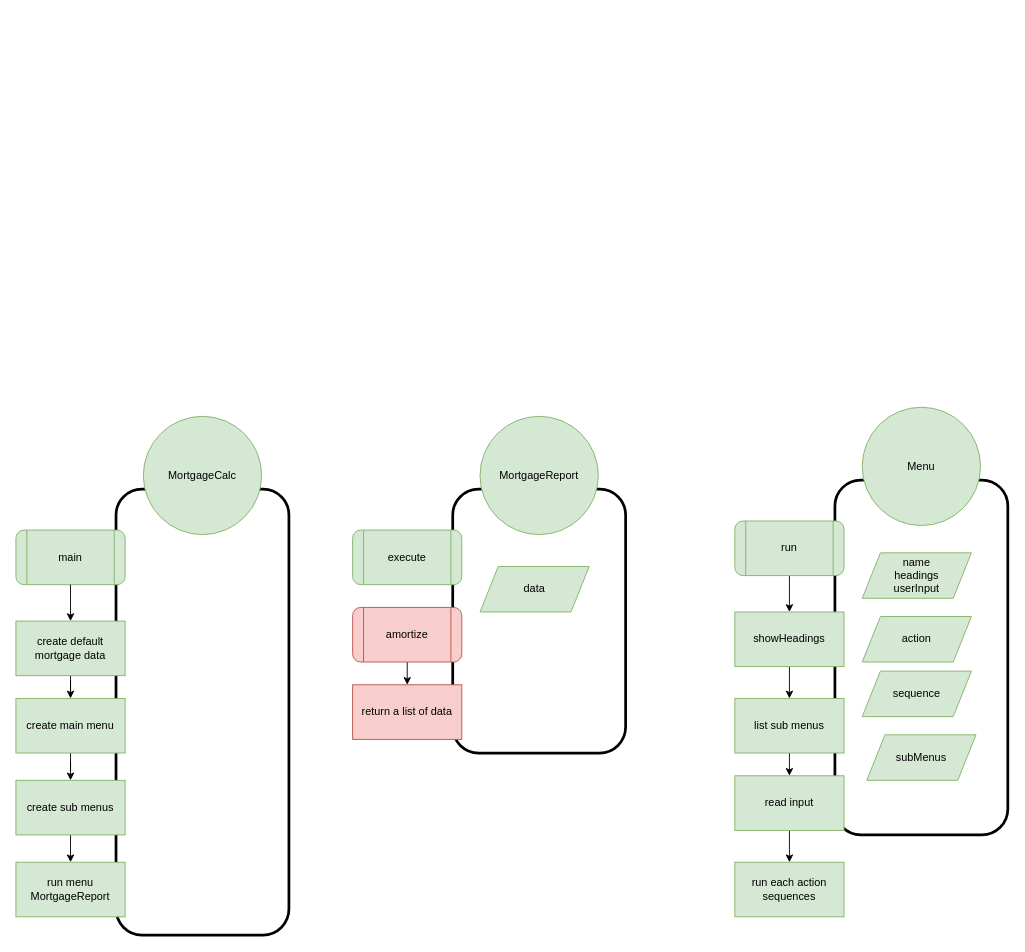
accusard/MortgageCalc keeps this draw.io diagram as DesignDocs/main_program.drawio. Above is the earlier version. Source tidied: cells renumbered, new cells numbered last; positions are measured from the earlier drawing's top-left corner, leaving out a move shared by most shapes. Both pictures are drawn from the tidied source at 91%, with x=0, y=0 at pixel (15, 407).
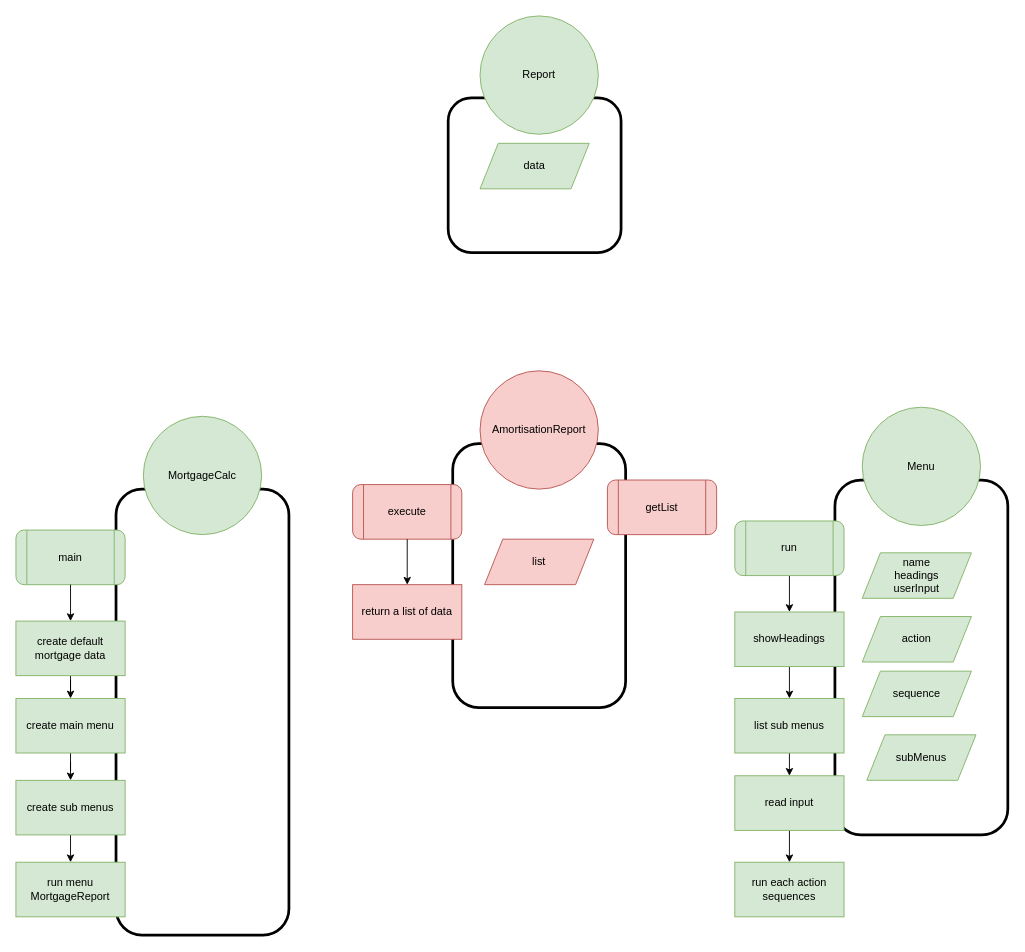
After the change.

Commit message (it also covers changes not shown here):
add base class for Report

Change to the diagram source:
```diff
@@
     <mxCell id="28" style="rounded=1;whiteSpace=wrap;html=1;fillColor=none;strokeWidth=3;fontFamily=SF Mono;" parent="1" vertex="1">
-      <mxGeometry x="480" y="90" width="190" height="290" as="geometry" />
+      <mxGeometry x="480" y="40" width="190" height="290" as="geometry" />
     </mxCell>
-    <mxCell id="29" value="MortgageReport" style="ellipse;whiteSpace=wrap;html=1;fillColor=#d5e8d4;strokeColor=#82b366;rounded=1;fontFamily=SF Mono;" parent="1" vertex="1">
-      <mxGeometry x="510" y="10" width="130" height="130" as="geometry" />
+    <mxCell id="29" value="AmortisationReport" style="ellipse;whiteSpace=wrap;html=1;fillColor=#f8cecc;strokeColor=#b85450;rounded=1;fontFamily=SF Mono;" parent="1" vertex="1">
+      <mxGeometry x="510" y="-40" width="130" height="130" as="geometry" />
     </mxCell>
-    <mxCell id="30" value="execute" style="shape=process;whiteSpace=wrap;html=1;backgroundOutline=1;fillColor=#d5e8d4;strokeColor=#82b366;rounded=1;fontFamily=SF Mono;" parent="1" vertex="1">
-      <mxGeometry x="370" y="135" width="120" height="60" as="geometry" />
+    <mxCell id="30" value="execute" style="shape=process;whiteSpace=wrap;html=1;backgroundOutline=1;fillColor=#f8cecc;strokeColor=#b85450;rounded=1;fontFamily=SF Mono;" parent="1" vertex="1">
+      <mxGeometry x="370" y="85" width="120" height="60" as="geometry" />
     </mxCell>
+    <mxCell id="32" style="edgeStyle=orthogonalEdgeStyle;rounded=0;jettySize=auto;html=1;exitX=0.5;exitY=1;exitDx=0;exitDy=0;entryX=0.5;entryY=0;entryDx=0;entryDy=0;fontFamily=SF Mono;" parent="1" edge="1" source="30" target="34">
+      <mxGeometry relative="1" as="geometry" />
+    </mxCell>
+    <mxCell id="34" value="return a list of data" style="rounded=0;whiteSpace=wrap;html=1;fillColor=#f8cecc;strokeColor=#b85450;fontFamily=SF Mono;" parent="1" vertex="1">
+      <mxGeometry x="370" y="195" width="120" height="60" as="geometry" />
+    </mxCell>
+    <mxCell id="35" style="rounded=1;whiteSpace=wrap;html=1;fillColor=none;strokeWidth=3;fontFamily=SF Mono;" parent="1" vertex="1">
+      <mxGeometry x="475" y="-340" width="190" height="170" as="geometry" />
+    </mxCell>
+    <mxCell id="36" value="Report" style="ellipse;whiteSpace=wrap;html=1;fillColor=#d5e8d4;strokeColor=#82b366;rounded=1;fontFamily=SF Mono;" parent="1" vertex="1">
+      <mxGeometry x="510" y="-430" width="130" height="130" as="geometry" />
+    </mxCell>
     <mxCell id="31" value="data" style="shape=parallelogram;perimeter=parallelogramPerimeter;whiteSpace=wrap;html=1;fixedSize=1;fillColor=#d5e8d4;strokeColor=#82b366;fontFamily=SF Mono;" parent="1" vertex="1">
-      <mxGeometry x="510" y="175" width="120" height="50" as="geometry" />
+      <mxGeometry x="510" y="-290" width="120" height="50" as="geometry" />
     </mxCell>
-    <mxCell id="32" style="edgeStyle=orthogonalEdgeStyle;rounded=0;jettySize=auto;html=1;exitX=0.5;exitY=1;exitDx=0;exitDy=0;entryX=0.5;entryY=0;entryDx=0;entryDy=0;fontFamily=SF Mono;" parent="1" edge="1" source="33" target="34">
-      <mxGeometry relative="1" as="geometry" />
-    </mxCell>
-    <mxCell id="33" value="amortize" style="shape=process;whiteSpace=wrap;html=1;backgroundOutline=1;fillColor=#f8cecc;strokeColor=#b85450;rounded=1;fontFamily=SF Mono;" parent="1" vertex="1">
-      <mxGeometry x="370" y="220" width="120" height="60" as="geometry" />
-    </mxCell>
-    <mxCell id="34" value="return a list of data" style="rounded=0;whiteSpace=wrap;html=1;fillColor=#f8cecc;strokeColor=#b85450;fontFamily=SF Mono;" parent="1" vertex="1">
-      <mxGeometry x="370" y="305" width="120" height="60" as="geometry" />
-    </mxCell>
+    <mxCell id="37" value="list" style="shape=parallelogram;perimeter=parallelogramPerimeter;whiteSpace=wrap;html=1;fixedSize=1;fillColor=#f8cecc;strokeColor=#b85450;fontFamily=SF Mono;" parent="1" vertex="1">
+      <mxGeometry x="515" y="145" width="120" height="50" as="geometry" />
+    </mxCell>
+    <mxCell id="38" value="getList" style="shape=process;whiteSpace=wrap;html=1;backgroundOutline=1;fillColor=#f8cecc;strokeColor=#b85450;rounded=1;fontFamily=SF Mono;" parent="1" vertex="1">
+      <mxGeometry x="650" y="80" width="120" height="60" as="geometry" />
+    </mxCell>
```
